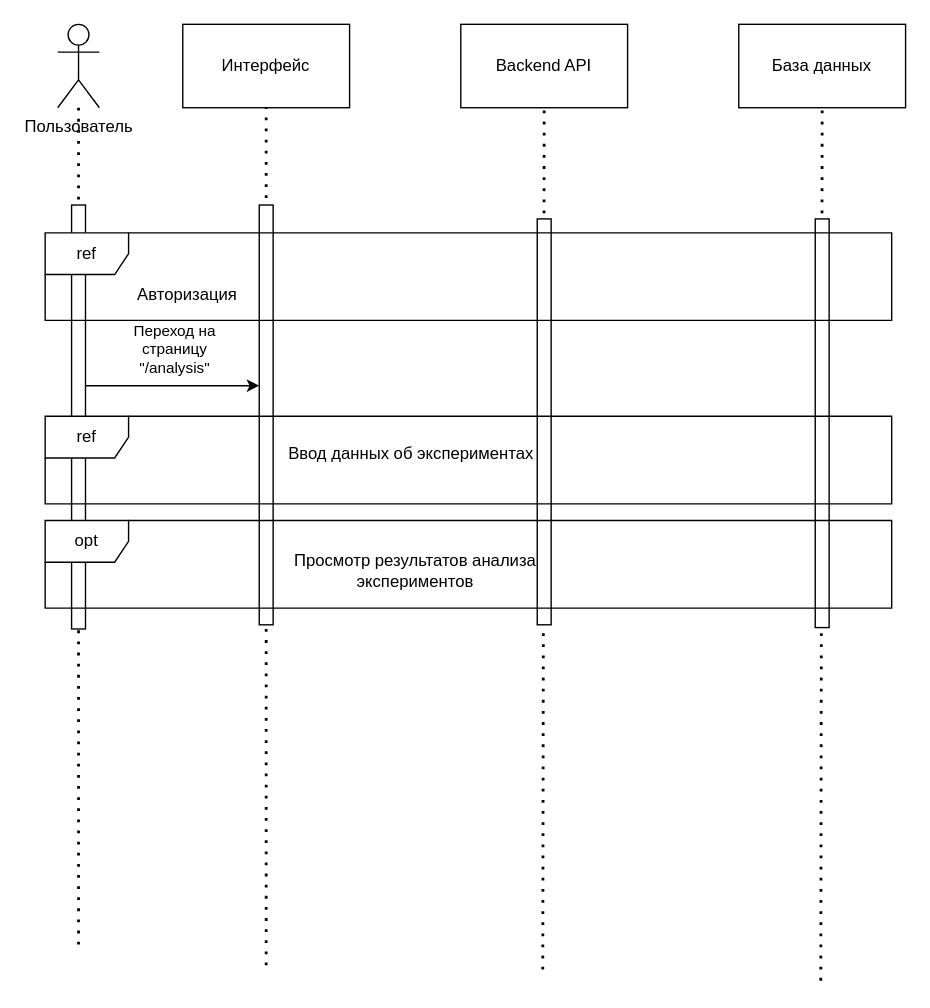
Earlier version of the draw.io diagram sequence_use-intellect.drawio (eva01pilot/plant-tissue-diagrams). Source tidied: cells renumbered, new cells numbered last; positions are measured from the earlier drawing's top-left corner, leaving out a move shared by most shapes. Both pictures are drawn from the tidied source at 139%, with x=0, y=0 at pixel (44, 24).
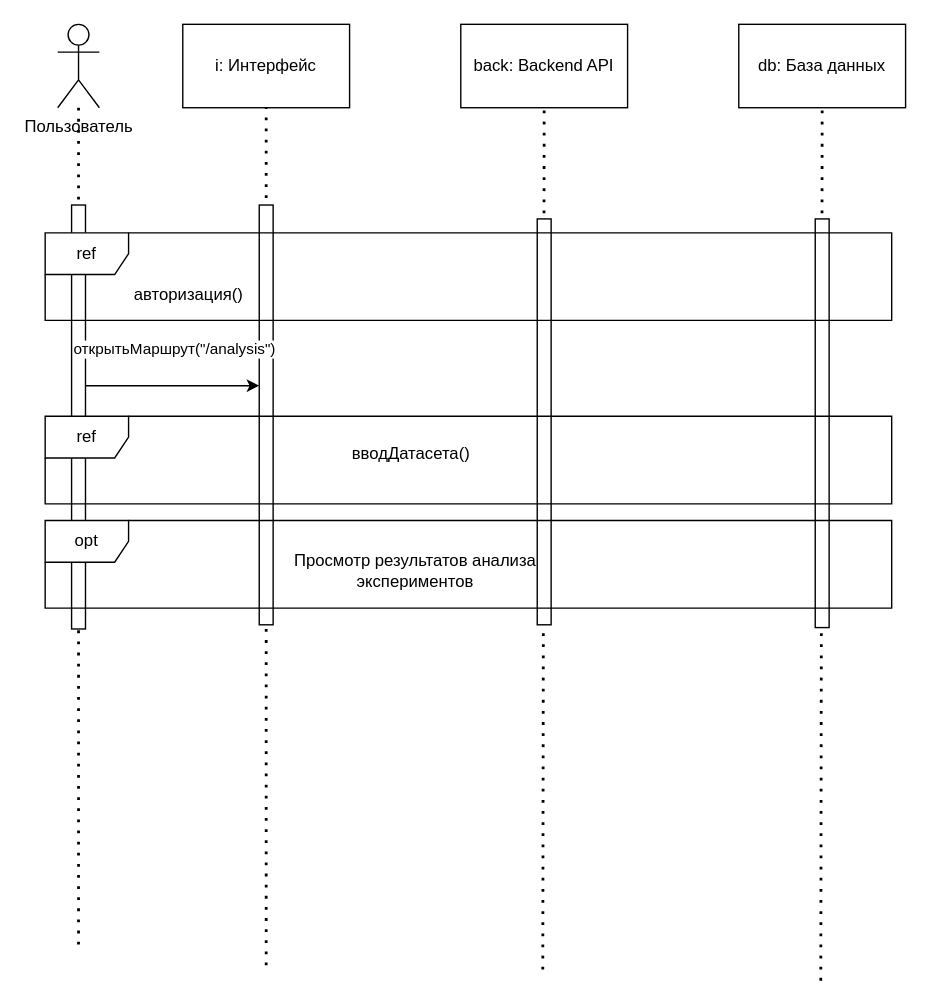
The same diagram, later.

The change refers to these unchanged cells:
```xml
<mxCell id="16" style="endArrow=classic;html=1;rounded=0;" parent="1" edge="1" source="8" target="9">
  <mxGeometry relative="1" as="geometry">
    <Array as="points">
      <mxPoint x="109" y="260" />
    </Array>
  </mxGeometry>
</mxCell>
```

Change to the diagram source:
```diff
@@
-    <mxCell id="7" value="Интерфейс" style="rounded=0;whiteSpace=wrap;html=1;" parent="1" vertex="1">
+    <mxCell id="7" value="i: Интерфейс" style="rounded=0;whiteSpace=wrap;html=1;" parent="1" vertex="1">
       <mxGeometry x="99" width="120" height="60" as="geometry" />
     </mxCell>
@@
-    <mxCell id="10" value="Backend API" style="rounded=0;whiteSpace=wrap;html=1;" parent="1" vertex="1">
+    <mxCell id="10" value="back: Backend API" style="rounded=0;whiteSpace=wrap;html=1;" parent="1" vertex="1">
       <mxGeometry x="299" width="120" height="60" as="geometry" />
     </mxCell>
@@
-    <mxCell id="12" value="База данных" style="rounded=0;whiteSpace=wrap;html=1;" parent="1" vertex="1">
+    <mxCell id="12" value="db: База данных" style="rounded=0;whiteSpace=wrap;html=1;" parent="1" vertex="1">
       <mxGeometry x="499" width="120" height="60" as="geometry" />
     </mxCell>
@@
-    <mxCell id="15" value="Авторизация" style="text;html=1;align=center;verticalAlign=middle;strokeColor=none;fillColor=none;" parent="1" vertex="1">
-      <mxGeometry x="52" y="180" width="100" height="30" as="geometry" />
+    <mxCell id="15" value="авторизация()" style="text;html=1;align=center;verticalAlign=middle;strokeColor=none;fillColor=none;" parent="1" vertex="1">
+      <mxGeometry x="53" y="182" width="99" height="26" as="geometry" />
     </mxCell>
@@
-    <mxCell id="17" value="&lt;div&gt;Переход на &lt;br&gt;&lt;/div&gt;&lt;div&gt;страницу&lt;/div&gt;&lt;div&gt;&quot;/analysis&quot;&lt;br&gt;&lt;/div&gt;" style="edgeLabel;html=1;align=center;verticalAlign=middle;" parent="16" vertex="1">
+    <mxCell id="17" value="открытьМаршрут(&quot;/analysis&quot;)" style="edgeLabel;html=1;align=center;verticalAlign=middle;" parent="16" vertex="1">
       <mxGeometry x="-0.11" relative="1" as="geometry">
         <mxPoint x="7" y="-27" as="offset" />
       </mxGeometry>
     </mxCell>
@@
-    <mxCell id="19" value="Ввод данных об экспериментах" style="text;html=1;align=center;verticalAlign=middle;strokeColor=none;fillColor=none;" parent="1" vertex="1">
-      <mxGeometry x="164" y="296" width="197" height="26" as="geometry" />
+    <mxCell id="19" value="вводДатасета()" style="text;html=1;align=center;verticalAlign=middle;strokeColor=none;fillColor=none;" parent="1" vertex="1">
+      <mxGeometry x="211" y="296" width="104" height="26" as="geometry" />
     </mxCell>
```
